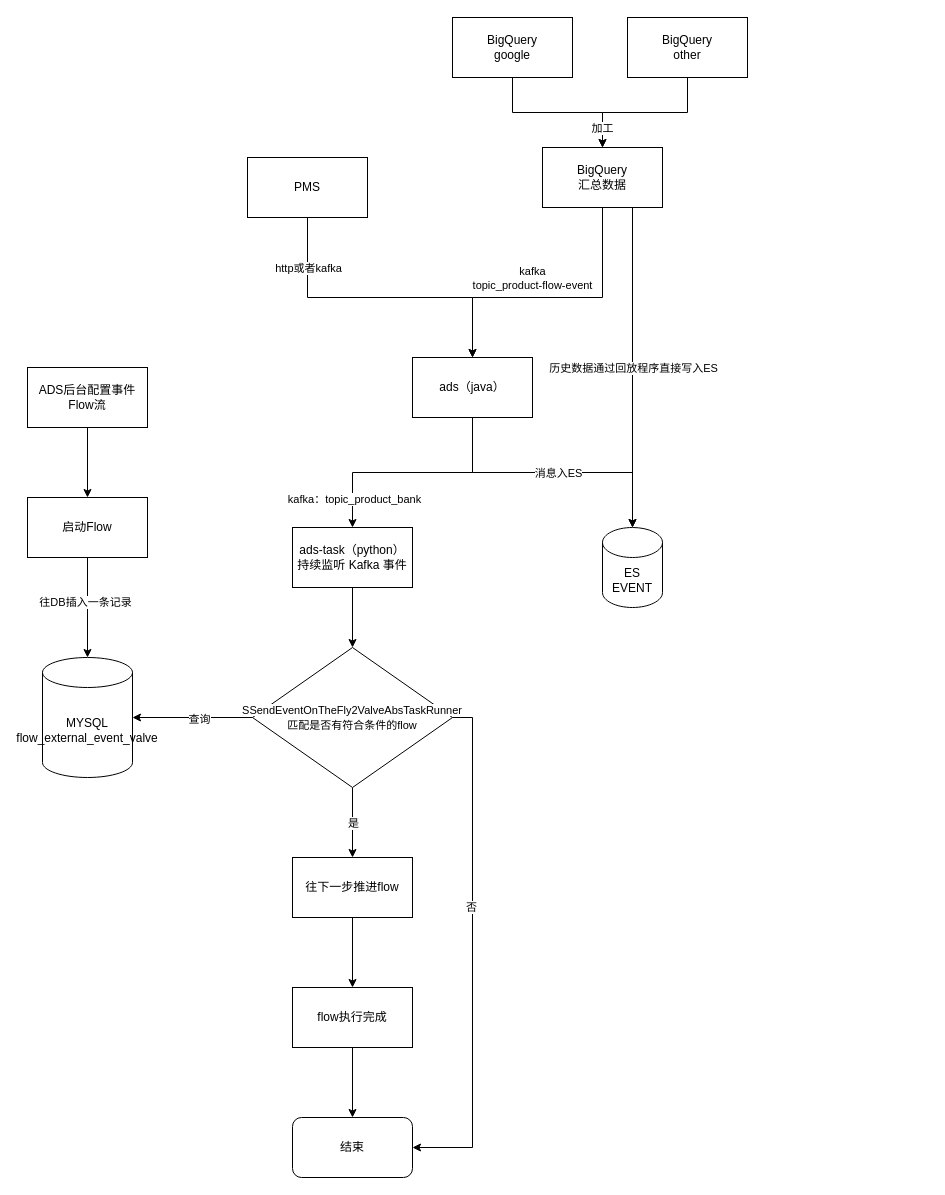
Earlier version of the draw.io diagram page "第 2 页" (2 of 2) of flowV2.drawio (lianzhongfei/PicGO). Source tidied: cells renumbered, new cells numbered last; positions are measured from the earlier drawing's top-left corner, leaving out a move shared by most shapes. Both pictures are drawn from the tidied source at 100%, with x=0, y=0 at pixel (27, 17).
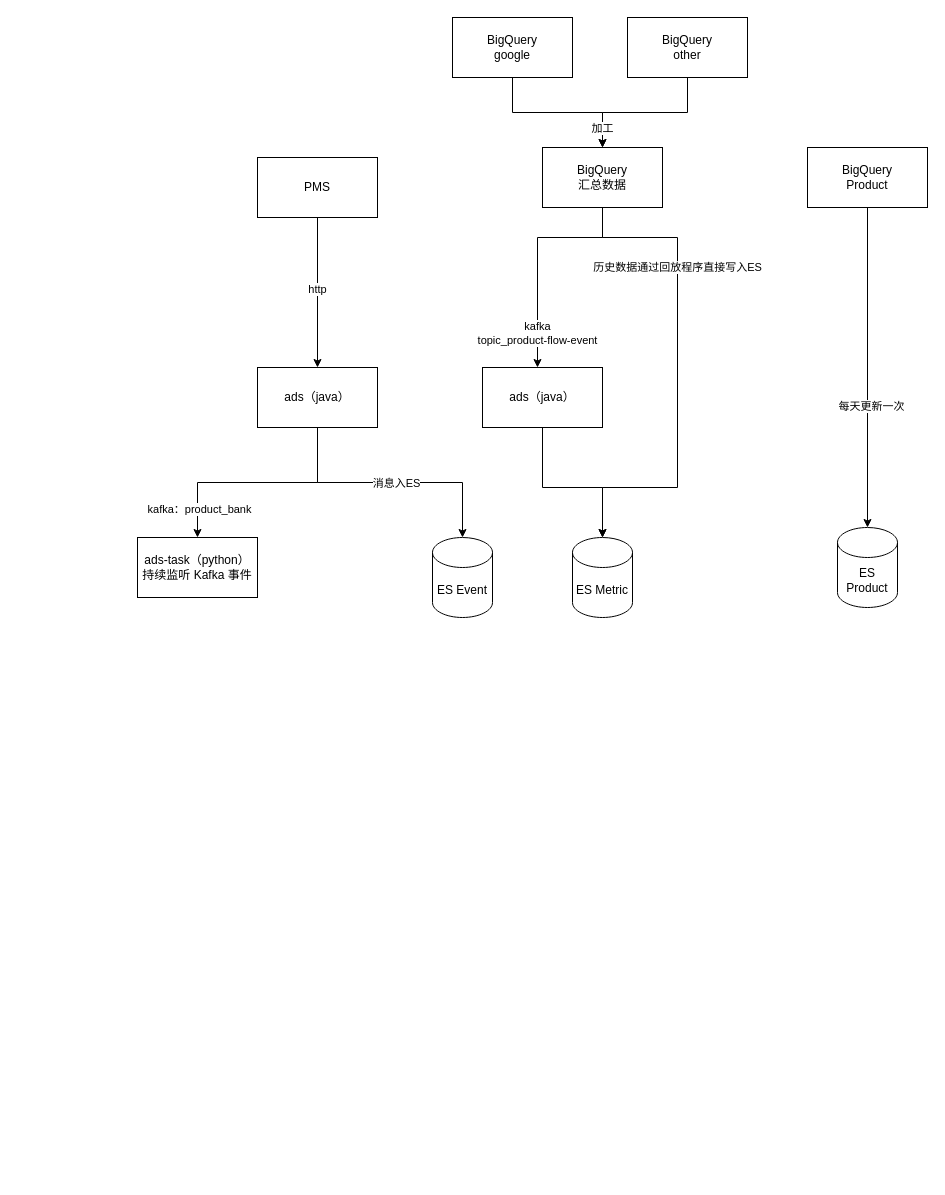
After the change.

The change refers to these unchanged cells:
```xml
<mxCell id="13" value="BigQuery&lt;br&gt;汇总数据" style="rounded=0;whiteSpace=wrap;html=1;" parent="1" vertex="1">
  <mxGeometry x="515" y="130" width="120" height="60" as="geometry" />
</mxCell>
```

What changed in the source:
```diff
@@
-    <mxCell id="2" style="edgeStyle=orthogonalEdgeStyle;rounded=0;jettySize=auto;html=1;exitX=0.5;exitY=1;exitDx=0;exitDy=0;" parent="1" edge="1" source="6" target="17">
-      <mxGeometry relative="1" as="geometry" />
-    </mxCell>
+    <mxCell id="41" style="edgeStyle=orthogonalEdgeStyle;rounded=0;jettySize=auto;html=1;exitX=0.5;exitY=1;exitDx=0;exitDy=0;" parent="1" edge="1" source="44" target="49">
+      <mxGeometry relative="1" as="geometry" />
+    </mxCell>
-    <mxCell id="3" value="消息入ES" style="edgeLabel;html=1;align=center;verticalAlign=middle;" parent="2" vertex="1">
+    <mxCell id="3" value="消息入ES" style="edgeLabel;html=1;align=center;verticalAlign=middle;" parent="41" vertex="1">
       <mxGeometry x="0.04" relative="1" as="geometry" />
     </mxCell>
-    <mxCell id="4" style="edgeStyle=orthogonalEdgeStyle;rounded=0;jettySize=auto;html=1;exitX=0.5;exitY=1;exitDx=0;exitDy=0;entryX=0.5;entryY=0;entryDx=0;entryDy=0;" parent="1" edge="1" source="6" target="8">
-      <mxGeometry relative="1" as="geometry" />
-    </mxCell>
-    <mxCell id="5" value="kafka：topic_product_bank" style="edgeLabel;html=1;align=center;verticalAlign=middle;" parent="4" vertex="1">
-      <mxGeometry x="0.75" y="1" relative="1" as="geometry" />
-    </mxCell>
-    <mxCell id="6" value="ads（java）" style="rounded=0;whiteSpace=wrap;html=1;" parent="1" vertex="1">
-      <mxGeometry x="385" y="340" width="120" height="60" as="geometry" />
-    </mxCell>
-    <mxCell id="7" style="edgeStyle=orthogonalEdgeStyle;rounded=0;jettySize=auto;html=1;exitX=0.5;exitY=1;exitDx=0;exitDy=0;" parent="1" edge="1" source="8" target="30">
-      <mxGeometry relative="1" as="geometry" />
-    </mxCell>
+    <mxCell id="42" style="edgeStyle=orthogonalEdgeStyle;rounded=0;jettySize=auto;html=1;exitX=0.5;exitY=1;exitDx=0;exitDy=0;entryX=0.5;entryY=0;entryDx=0;entryDy=0;" parent="1" edge="1" source="44" target="8">
+      <mxGeometry relative="1" as="geometry" />
+    </mxCell>
+    <mxCell id="43" value="kafka：product_bank" style="edgeLabel;html=1;align=center;verticalAlign=middle;" parent="42" vertex="1">
+      <mxGeometry x="0.75" y="1" relative="1" as="geometry" />
+    </mxCell>
+    <mxCell id="44" value="ads（java）" style="rounded=0;whiteSpace=wrap;html=1;" parent="1" vertex="1">
+      <mxGeometry x="230" y="350" width="120" height="60" as="geometry" />
+    </mxCell>
     <mxCell id="8" value="ads-task（python）&lt;br&gt;持续监听 Kafka 事件" style="rounded=0;whiteSpace=wrap;html=1;" parent="1" vertex="1">
-      <mxGeometry x="265" y="510" width="120" height="60" as="geometry" />
+      <mxGeometry x="110" y="520" width="120" height="60" as="geometry" />
     </mxCell>
-    <mxCell id="9" style="edgeStyle=orthogonalEdgeStyle;rounded=0;jettySize=auto;html=1;exitX=0.5;exitY=1;exitDx=0;exitDy=0;" parent="1" edge="1" source="13">
-      <mxGeometry relative="1" as="geometry">
-        <mxPoint x="445" y="340" as="targetPoint" />
-        <Array as="points">
-          <mxPoint x="575" y="280" />
-          <mxPoint x="445" y="280" />
-        </Array>
-      </mxGeometry>
-    </mxCell>
+    <mxCell id="45" style="edgeStyle=orthogonalEdgeStyle;rounded=0;jettySize=auto;html=1;exitX=0.5;exitY=1;exitDx=0;exitDy=0;entryX=0.5;entryY=0;entryDx=0;entryDy=0;entryPerimeter=0;" parent="1" edge="1" source="13" target="50">
+      <mxGeometry relative="1" as="geometry">
+        <Array as="points">
+          <mxPoint x="575" y="220" />
+          <mxPoint x="650" y="220" />
+          <mxPoint x="650" y="470" />
+          <mxPoint x="575" y="470" />
+        </Array>
+      </mxGeometry>
+    </mxCell>
+    <mxCell id="12" value="历史数据通过回放程序直接写入ES" style="edgeLabel;html=1;align=center;verticalAlign=middle;" parent="45" vertex="1">
+      <mxGeometry x="-0.44" y="-1" relative="1" as="geometry" />
+    </mxCell>
+    <mxCell id="46" style="edgeStyle=orthogonalEdgeStyle;rounded=0;jettySize=auto;html=1;exitX=0.5;exitY=1;exitDx=0;exitDy=0;" parent="1" edge="1" source="13" target="55">
+      <mxGeometry relative="1" as="geometry">
+        <Array as="points">
+          <mxPoint x="575" y="220" />
+          <mxPoint x="510" y="220" />
+        </Array>
+      </mxGeometry>
+    </mxCell>
-    <mxCell id="10" value="kafka&lt;br&gt;topic_product-flow-event" style="edgeLabel;html=1;align=center;verticalAlign=middle;" parent="9" vertex="1">
-      <mxGeometry x="0.17" y="-2" relative="1" as="geometry">
-        <mxPoint x="3" y="-18" as="offset" />
-      </mxGeometry>
+    <mxCell id="10" value="kafka&lt;br&gt;topic_product-flow-event" style="edgeLabel;html=1;align=center;verticalAlign=middle;" parent="46" vertex="1">
+      <mxGeometry x="0.69" y="-1" relative="1" as="geometry" />
     </mxCell>
-    <mxCell id="11" style="edgeStyle=orthogonalEdgeStyle;rounded=0;jettySize=auto;html=1;exitX=0.75;exitY=1;exitDx=0;exitDy=0;" parent="1" edge="1" source="13" target="17">
-      <mxGeometry relative="1" as="geometry" />
-    </mxCell>
-    <mxCell id="12" value="历史数据通过回放程序直接写入ES" style="edgeLabel;html=1;align=center;verticalAlign=middle;" parent="11" vertex="1">
-      <mxGeometry relative="1" as="geometry" />
-    </mxCell>
@@
-    <mxCell id="14" style="edgeStyle=orthogonalEdgeStyle;rounded=0;jettySize=auto;html=1;exitX=0.5;exitY=1;exitDx=0;exitDy=0;" parent="1" edge="1" source="16" target="6">
-      <mxGeometry relative="1" as="geometry">
-        <Array as="points">
-          <mxPoint x="280" y="200" />
-          <mxPoint x="280" y="280" />
-          <mxPoint x="445" y="280" />
-        </Array>
-      </mxGeometry>
-    </mxCell>
-    <mxCell id="15" value="http或者kafka" style="edgeLabel;html=1;align=center;verticalAlign=middle;" parent="14" vertex="1">
-      <mxGeometry x="-0.67" relative="1" as="geometry" />
-    </mxCell>
+    <mxCell id="47" style="edgeStyle=orthogonalEdgeStyle;rounded=0;jettySize=auto;html=1;exitX=0.5;exitY=1;exitDx=0;exitDy=0;" parent="1" edge="1" source="16" target="44">
+      <mxGeometry relative="1" as="geometry" />
+    </mxCell>
+    <mxCell id="48" value="http" style="edgeLabel;html=1;align=center;verticalAlign=middle;" parent="47" vertex="1">
+      <mxGeometry x="-0.05" y="-1" relative="1" as="geometry" />
+    </mxCell>
     <mxCell id="16" value="PMS" style="rounded=0;whiteSpace=wrap;html=1;" parent="1" vertex="1">
-      <mxGeometry x="220" y="140" width="120" height="60" as="geometry" />
+      <mxGeometry x="230" y="140" width="120" height="60" as="geometry" />
     </mxCell>
-    <mxCell id="17" value="ES EVENT" style="shape=cylinder3;whiteSpace=wrap;html=1;boundedLbl=1;backgroundOutline=1;size=15;" parent="1" vertex="1">
-      <mxGeometry x="575" y="510" width="60" height="80" as="geometry" />
-    </mxCell>
-    <mxCell id="18" value="启动Flow" style="whiteSpace=wrap;html=1;rounded=0;" parent="1" vertex="1">
-      <mxGeometry y="480" width="120" height="60" as="geometry" />
-    </mxCell>
-    <mxCell id="19" value="MYSQL&lt;br&gt;flow_external_event_valve" style="shape=cylinder3;whiteSpace=wrap;html=1;boundedLbl=1;backgroundOutline=1;size=15;" parent="1" vertex="1">
-      <mxGeometry x="15" y="640" width="90" height="120" as="geometry" />
-    </mxCell>
-    <mxCell id="20" style="edgeStyle=orthogonalEdgeStyle;rounded=0;jettySize=auto;html=1;exitX=0.5;exitY=1;exitDx=0;exitDy=0;" parent="1" edge="1" source="21" target="18">
-      <mxGeometry relative="1" as="geometry" />
-    </mxCell>
-    <mxCell id="21" value="ADS后台配置事件Flow流" style="rounded=0;whiteSpace=wrap;html=1;" parent="1" vertex="1">
-      <mxGeometry y="350" width="120" height="60" as="geometry" />
-    </mxCell>
-    <mxCell id="22" style="edgeStyle=orthogonalEdgeStyle;rounded=0;jettySize=auto;html=1;entryX=0.5;entryY=0;entryDx=0;entryDy=0;entryPerimeter=0;" parent="1" edge="1" source="18" target="19">
-      <mxGeometry relative="1" as="geometry" />
-    </mxCell>
-    <mxCell id="23" value="往DB插入一条记录" style="edgeLabel;html=1;align=center;verticalAlign=middle;" parent="22" vertex="1">
-      <mxGeometry x="-0.13" y="-2" relative="1" as="geometry">
-        <mxPoint x="-1" as="offset" />
-      </mxGeometry>
-    </mxCell>
-    <mxCell id="24" style="edgeStyle=orthogonalEdgeStyle;rounded=0;jettySize=auto;html=1;exitX=1;exitY=0.5;exitDx=0;exitDy=0;entryX=1;entryY=0.5;entryDx=0;entryDy=0;" parent="1" edge="1" source="30" target="35">
-      <mxGeometry relative="1" as="geometry" />
-    </mxCell>
-    <mxCell id="25" value="否" style="edgeLabel;html=1;align=center;verticalAlign=middle;" parent="24" vertex="1">
-      <mxGeometry x="-0.18" y="-2" relative="1" as="geometry" />
-    </mxCell>
-    <mxCell id="26" style="edgeStyle=orthogonalEdgeStyle;rounded=0;jettySize=auto;html=1;" parent="1" edge="1" source="30" target="32">
-      <mxGeometry relative="1" as="geometry" />
-    </mxCell>
-    <mxCell id="27" value="是" style="edgeLabel;html=1;align=center;verticalAlign=middle;" parent="26" vertex="1">
-      <mxGeometry relative="1" as="geometry" />
-    </mxCell>
-    <mxCell id="28" style="edgeStyle=orthogonalEdgeStyle;rounded=0;jettySize=auto;html=1;exitX=0;exitY=0.5;exitDx=0;exitDy=0;" parent="1" edge="1" source="30" target="19">
-      <mxGeometry relative="1" as="geometry" />
-    </mxCell>
-    <mxCell id="29" value="查询" style="edgeLabel;html=1;align=center;verticalAlign=middle;" parent="28" vertex="1">
-      <mxGeometry x="-0.1" y="1" relative="1" as="geometry" />
-    </mxCell>
-    <mxCell id="30" value="&lt;span style=&quot;font-size: 11px; text-wrap-mode: nowrap; background-color: rgb(255, 255, 255);&quot;&gt;SSendEventOnTheFly2ValveAbsTaskRunner&lt;/span&gt;&lt;br style=&quot;font-size: 11px; text-wrap-mode: nowrap;&quot;&gt;&lt;span style=&quot;font-size: 11px; text-wrap-mode: nowrap; background-color: rgb(255, 255, 255);&quot;&gt;匹配是否有符合条件的flow&lt;/span&gt;" style="rhombus;whiteSpace=wrap;html=1;" parent="1" vertex="1">
-      <mxGeometry x="225" y="630" width="200" height="140" as="geometry" />
-    </mxCell>
-    <mxCell id="31" style="edgeStyle=orthogonalEdgeStyle;rounded=0;jettySize=auto;html=1;" parent="1" edge="1" source="32" target="34">
-      <mxGeometry relative="1" as="geometry" />
-    </mxCell>
-    <mxCell id="32" value="往下一步推进flow" style="whiteSpace=wrap;html=1;" parent="1" vertex="1">
-      <mxGeometry x="265" y="840" width="120" height="60" as="geometry" />
-    </mxCell>
-    <mxCell id="33" style="edgeStyle=orthogonalEdgeStyle;rounded=0;jettySize=auto;html=1;" parent="1" edge="1" source="34" target="35">
-      <mxGeometry relative="1" as="geometry" />
-    </mxCell>
-    <mxCell id="34" value="flow执行完成" style="whiteSpace=wrap;html=1;" parent="1" vertex="1">
-      <mxGeometry x="265" y="970" width="120" height="60" as="geometry" />
-    </mxCell>
-    <mxCell id="35" value="结束" style="rounded=1;whiteSpace=wrap;html=1;" parent="1" vertex="1">
-      <mxGeometry x="265" y="1100" width="120" height="60" as="geometry" />
-    </mxCell>
+    <mxCell id="49" value="ES Event" style="shape=cylinder3;whiteSpace=wrap;html=1;boundedLbl=1;backgroundOutline=1;size=15;" parent="1" vertex="1">
+      <mxGeometry x="405" y="520" width="60" height="80" as="geometry" />
+    </mxCell>
@@
+    <mxCell id="50" value="ES&amp;nbsp;Metric" style="shape=cylinder3;whiteSpace=wrap;html=1;boundedLbl=1;backgroundOutline=1;size=15;" parent="1" vertex="1">
+      <mxGeometry x="545" y="520" width="60" height="80" as="geometry" />
+    </mxCell>
+    <mxCell id="51" value="ES Product" style="shape=cylinder3;whiteSpace=wrap;html=1;boundedLbl=1;backgroundOutline=1;size=15;" parent="1" vertex="1">
+      <mxGeometry x="810" y="510" width="60" height="80" as="geometry" />
+    </mxCell>
+    <mxCell id="52" style="edgeStyle=orthogonalEdgeStyle;rounded=0;jettySize=auto;html=1;" parent="1" edge="1" source="54" target="51">
+      <mxGeometry relative="1" as="geometry" />
+    </mxCell>
+    <mxCell id="53" value="每天更新一次" style="edgeLabel;html=1;align=center;verticalAlign=middle;" parent="52" vertex="1">
+      <mxGeometry x="0.24" y="3" relative="1" as="geometry" />
+    </mxCell>
+    <mxCell id="54" value="BigQuery&lt;br&gt;Product" style="rounded=0;whiteSpace=wrap;html=1;" parent="1" vertex="1">
+      <mxGeometry x="780" y="130" width="120" height="60" as="geometry" />
+    </mxCell>
+    <mxCell id="55" value="ads（java）" style="rounded=0;whiteSpace=wrap;html=1;" parent="1" vertex="1">
+      <mxGeometry x="455" y="350" width="120" height="60" as="geometry" />
+    </mxCell>
+    <mxCell id="56" style="edgeStyle=orthogonalEdgeStyle;rounded=0;jettySize=auto;html=1;exitX=0.5;exitY=1;exitDx=0;exitDy=0;entryX=0.5;entryY=0;entryDx=0;entryDy=0;entryPerimeter=0;" parent="1" edge="1" source="55" target="50">
+      <mxGeometry relative="1" as="geometry">
+        <Array as="points">
+          <mxPoint x="515" y="470" />
+          <mxPoint x="575" y="470" />
+        </Array>
+      </mxGeometry>
+    </mxCell>
```
